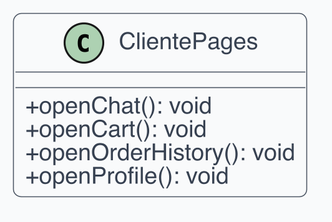
This is src/PB/Documentazione Esterna/Contenuti/componenti_specifiche_tecniche/assets/uml_frontend/03_clientepages.png from swenightpro/Documentazione, a PlantUML export, as it was before one commit.
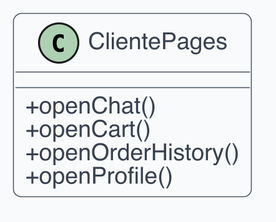
The same diagram one commit later.

The edit, as a diff of the source:
```diff
@@ -1,9 +1,25 @@
 @startuml
-!include _style.iuml
-class ClientePages {
-  +openChat(): void
-  +openCart(): void
-  +openOrderHistory(): void
-  +openProfile(): void
+skinparam dpi 300
+skinparam shadowing false
+skinparam backgroundColor White
+skinparam defaultFontName Helvetica
+skinparam defaultFontSize 12
+skinparam ArrowColor #4B5563
+skinparam ArrowThickness 1
+skinparam roundcorner 8
+skinparam class {
+  BackgroundColor #F9FAFB
+  BorderColor #4B5563
+  FontColor #111827
+  AttributeFontColor #374151
+  StereotypeFontColor #6B7280
+}
+skinparam classAttributeIconSize 0
+
+class "ClientePages" as C1 {
+  + openChat()
+  + openCart()
+  + openOrderHistory()
+  + openProfile()
 }
 @enduml
```
